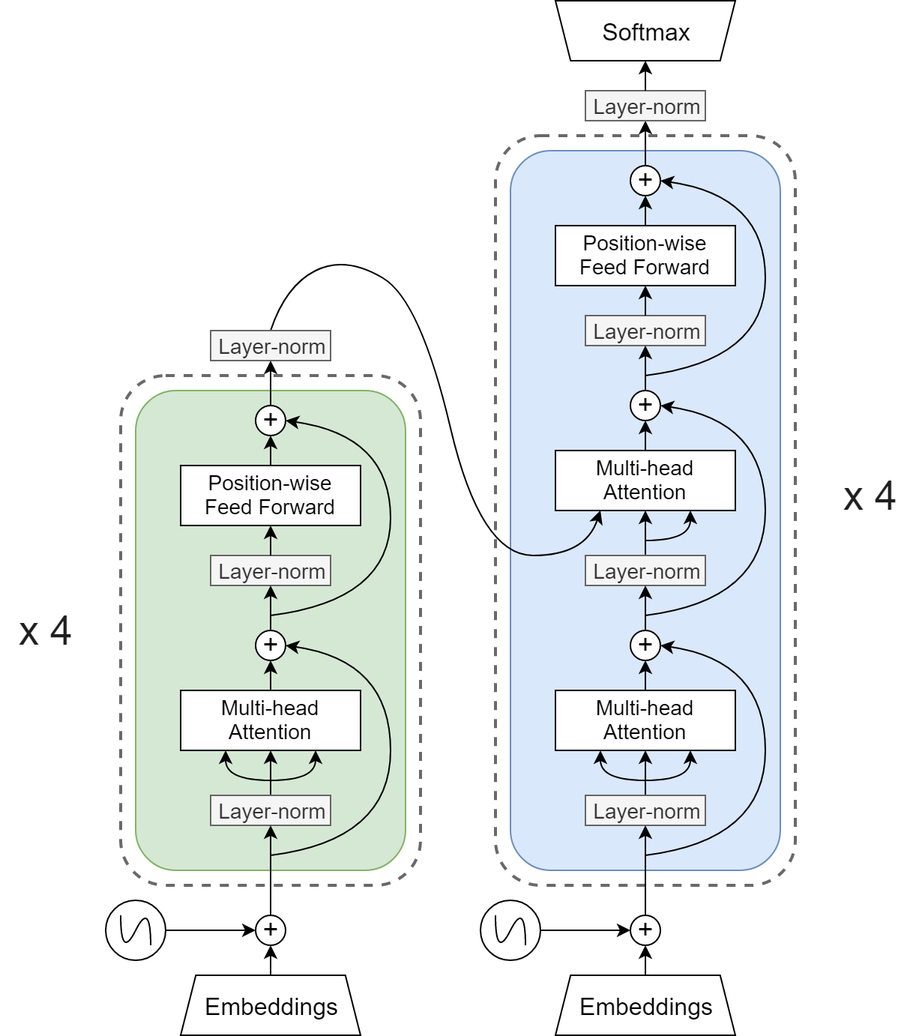
The draw.io diagram images/transformer.png in pmichel31415/jsalt-2019-mt-tutorial, before a commit. Source tidied: cells renumbered, new cells last; positions are measured from the earlier drawing's top-left corner, leaving out a move shared by most shapes.
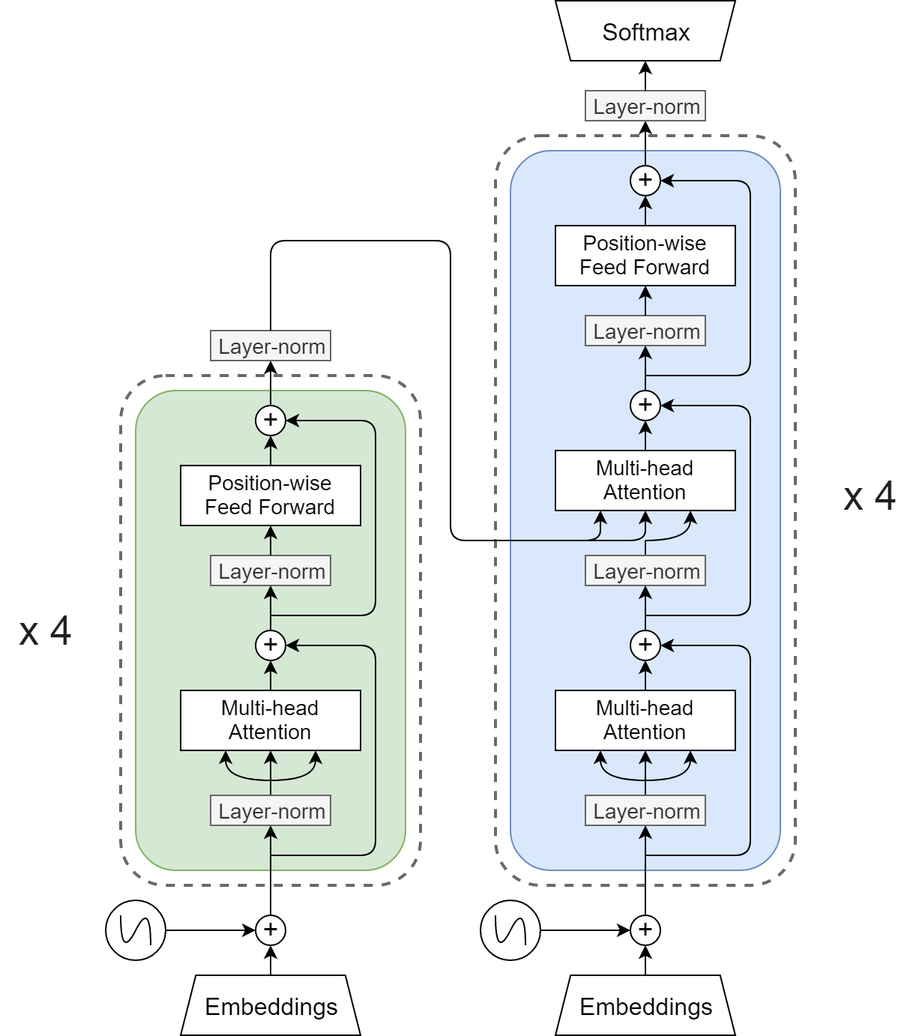
Later version of the same file.

The edit, as a diff of the source:
```diff
@@ -40,15 +40,6 @@
         </Array>
       </mxGeometry>
     </mxCell>
-    <mxCell id="13" style="curved=1;endArrow=classic;html=1;fontSize=14;entryX=1;entryY=0.5;entryDx=0;entryDy=0;" parent="1" edge="1" target="8">
-      <mxGeometry relative="1" as="geometry">
-        <mxPoint x="180" y="570" as="sourcePoint" />
-        <Array as="points">
-          <mxPoint x="260" y="560" />
-          <mxPoint x="260" y="440" />
-        </Array>
-      </mxGeometry>
-    </mxCell>
     <mxCell id="14" value="Position-wise Feed Forward" style="rounded=0;whiteSpace=wrap;html=1;fontSize=14;" parent="1" vertex="1">
       <mxGeometry x="120" y="310" width="120" height="40" as="geometry" />
     </mxCell>
@@ -58,15 +49,6 @@
     <mxCell id="16" style="endArrow=classic;html=1;fontSize=14;entryX=0.5;entryY=1;entryDx=0;entryDy=0;exitX=0.5;exitY=0;exitDx=0;exitDy=0;" parent="1" edge="1" source="7" target="14">
       <mxGeometry relative="1" as="geometry" />
     </mxCell>
-    <mxCell id="17" style="curved=1;endArrow=classic;html=1;fontSize=14;entryX=1;entryY=0.5;entryDx=0;entryDy=0;" parent="1" edge="1" target="15">
-      <mxGeometry relative="1" as="geometry">
-        <mxPoint x="180" y="410" as="sourcePoint" />
-        <Array as="points">
-          <mxPoint x="260" y="400" />
-          <mxPoint x="260" y="290" />
-        </Array>
-      </mxGeometry>
-    </mxCell>
     <mxCell id="18" style="endArrow=classic;html=1;fontSize=14;entryX=0.5;entryY=1;entryDx=0;entryDy=0;exitX=0.5;exitY=0;exitDx=0;exitDy=0;" parent="1" edge="1" source="14" target="15">
       <mxGeometry relative="1" as="geometry" />
     </mxCell>
@@ -91,8 +73,10 @@
     <mxCell id="25" style="endArrow=classic;html=1;fontSize=14;entryX=0.5;entryY=1;entryDx=0;entryDy=0;exitX=0.5;exitY=0;exitDx=0;exitDy=0;" parent="1" edge="1" source="23" target="22">
       <mxGeometry relative="1" as="geometry" />
     </mxCell>
-    <mxCell id="26" style="endArrow=classic;html=1;fontSize=14;entryX=0.5;entryY=1;entryDx=0;entryDy=0;exitX=0.5;exitY=0;exitDx=0;exitDy=0;" parent="1" edge="1" source="35" target="21">
-      <mxGeometry relative="1" as="geometry" />
+    <mxCell id="26" style="endArrow=none;html=1;fontSize=14;exitX=0.5;exitY=0;exitDx=0;exitDy=0;endFill=0;" parent="1" edge="1" source="35">
+      <mxGeometry relative="1" as="geometry">
+        <mxPoint x="430" y="360" as="targetPoint" />
+      </mxGeometry>
     </mxCell>
     <mxCell id="27" style="curved=1;endArrow=classic;html=1;fontSize=14;entryX=0.75;entryY=1;entryDx=0;entryDy=0;startArrow=none;startFill=0;" parent="1" edge="1" target="21">
       <mxGeometry relative="1" as="geometry">
@@ -102,15 +86,6 @@
         </Array>
       </mxGeometry>
     </mxCell>
-    <mxCell id="28" style="curved=1;endArrow=classic;html=1;fontSize=14;entryX=1;entryY=0.5;entryDx=0;entryDy=0;" parent="1" edge="1" target="23">
-      <mxGeometry relative="1" as="geometry">
-        <mxPoint x="430" y="410" as="sourcePoint" />
-        <Array as="points">
-          <mxPoint x="510" y="400" />
-          <mxPoint x="510" y="280" />
-        </Array>
-      </mxGeometry>
-    </mxCell>
     <mxCell id="29" value="Position-wise Feed Forward" style="rounded=0;whiteSpace=wrap;html=1;fontSize=14;" parent="1" vertex="1">
       <mxGeometry x="370" y="150" width="120" height="40" as="geometry" />
     </mxCell>
@@ -120,15 +95,6 @@
     <mxCell id="31" style="endArrow=classic;html=1;fontSize=14;entryX=0.5;entryY=1;entryDx=0;entryDy=0;exitX=0.5;exitY=0;exitDx=0;exitDy=0;" parent="1" edge="1" source="22" target="29">
       <mxGeometry relative="1" as="geometry" />
     </mxCell>
-    <mxCell id="32" style="curved=1;endArrow=classic;html=1;fontSize=14;entryX=1;entryY=0.5;entryDx=0;entryDy=0;" parent="1" edge="1" target="30">
-      <mxGeometry relative="1" as="geometry">
-        <mxPoint x="430" y="250" as="sourcePoint" />
-        <Array as="points">
-          <mxPoint x="510" y="240" />
-          <mxPoint x="510" y="130" />
-        </Array>
-      </mxGeometry>
-    </mxCell>
     <mxCell id="33" style="endArrow=classic;html=1;fontSize=14;entryX=0.5;entryY=1;entryDx=0;entryDy=0;exitX=0.5;exitY=0;exitDx=0;exitDy=0;" parent="1" edge="1" source="29" target="30">
       <mxGeometry relative="1" as="geometry" />
     </mxCell>
@@ -161,32 +127,12 @@
         </Array>
       </mxGeometry>
     </mxCell>
-    <mxCell id="42" style="curved=1;endArrow=classic;html=1;fontSize=14;entryX=1;entryY=0.5;entryDx=0;entryDy=0;" parent="1" edge="1" target="38">
-      <mxGeometry relative="1" as="geometry">
-        <mxPoint x="430" y="570" as="sourcePoint" />
-        <Array as="points">
-          <mxPoint x="510" y="560" />
-          <mxPoint x="510" y="440" />
-        </Array>
-      </mxGeometry>
-    </mxCell>
     <mxCell id="43" value="Layer-norm" style="rounded=0;whiteSpace=wrap;html=1;fontSize=14;fillColor=#f5f5f5;strokeColor=#666666;fontColor=#333333;" parent="1" vertex="1">
       <mxGeometry x="390" y="530" width="80" height="20" as="geometry" />
     </mxCell>
     <mxCell id="44" style="endArrow=classic;html=1;fontSize=14;entryX=0.5;entryY=1;entryDx=0;entryDy=0;exitX=0.5;exitY=0;exitDx=0;exitDy=0;" parent="1" edge="1" source="65" target="43">
       <mxGeometry relative="1" as="geometry" />
     </mxCell>
-    <mxCell id="45" style="curved=1;endArrow=classic;html=1;fontSize=14;entryX=0.25;entryY=1;entryDx=0;entryDy=0;exitX=0.5;exitY=0;exitDx=0;exitDy=0;" parent="1" edge="1" source="49" target="21">
-      <mxGeometry relative="1" as="geometry">
-        <Array as="points">
-          <mxPoint x="190" y="190" />
-          <mxPoint x="230" y="170" />
-          <mxPoint x="280" y="200" />
-          <mxPoint x="320" y="370" />
-          <mxPoint x="390" y="370" />
-        </Array>
-      </mxGeometry>
-    </mxCell>
     <mxCell id="46" style="endArrow=none;html=1;fontSize=14;entryX=0.5;entryY=0;entryDx=0;entryDy=0;exitX=0.5;exitY=0;exitDx=0;exitDy=0;" parent="1" edge="1" source="15" target="5">
       <mxGeometry relative="1" as="geometry" />
     </mxCell>
@@ -267,5 +213,68 @@
     <mxCell id="67" style="edgeStyle=orthogonalEdgeStyle;rounded=0;jettySize=auto;html=1;exitX=1;exitY=0.5;exitDx=0;exitDy=0;entryX=0;entryY=0.5;entryDx=0;entryDy=0;startArrow=none;startFill=0;endArrow=classic;endFill=1;fontSize=16;" parent="1" edge="1" source="63" target="65">
       <mxGeometry relative="1" as="geometry" />
     </mxCell>
+    <mxCell id="45" style="edgeStyle=segmentEdgeStyle;endArrow=classic;html=1;exitX=0.5;exitY=0;exitDx=0;exitDy=0;entryX=0.25;entryY=1;entryDx=0;entryDy=0;" parent="1" edge="1" source="49" target="21">
+      <mxGeometry relative="1" as="geometry">
+        <Array as="points">
+          <mxPoint x="180" y="160" />
+          <mxPoint x="300" y="160" />
+          <mxPoint x="300" y="360" />
+          <mxPoint x="400" y="360" />
+        </Array>
+      </mxGeometry>
+    </mxCell>
+    <mxCell id="68" style="edgeStyle=segmentEdgeStyle;endArrow=classic;html=1;entryX=0.5;entryY=1;entryDx=0;entryDy=0;" parent="1" edge="1" target="21">
+      <mxGeometry relative="1" as="geometry">
+        <mxPoint x="370" y="360" as="sourcePoint" />
+      </mxGeometry>
+    </mxCell>
+    <mxCell id="69" style="edgeStyle=segmentEdgeStyle;endArrow=classic;html=1;entryX=1;entryY=0.5;entryDx=0;entryDy=0;" parent="1" edge="1" target="8">
+      <mxGeometry relative="1" as="geometry">
+        <mxPoint x="180" y="570" as="sourcePoint" />
+        <Array as="points">
+          <mxPoint x="250" y="570" />
+          <mxPoint x="250" y="430" />
+        </Array>
+      </mxGeometry>
+    </mxCell>
+    <mxCell id="70" style="edgeStyle=segmentEdgeStyle;endArrow=classic;html=1;entryX=1;entryY=0.5;entryDx=0;entryDy=0;" parent="1" edge="1" target="15">
+      <mxGeometry relative="1" as="geometry">
+        <mxPoint x="180" y="410" as="sourcePoint" />
+        <Array as="points">
+          <mxPoint x="250" y="410" />
+          <mxPoint x="250" y="280" />
+        </Array>
+      </mxGeometry>
+    </mxCell>
+    <mxCell id="71" style="edgeStyle=segmentEdgeStyle;endArrow=classic;html=1;entryX=1;entryY=0.5;entryDx=0;entryDy=0;" parent="1" edge="1">
+      <mxGeometry relative="1" as="geometry">
+        <mxPoint x="430" y="570" as="sourcePoint" />
+        <mxPoint x="440" y="430" as="targetPoint" />
+        <Array as="points">
+          <mxPoint x="500" y="570" />
+          <mxPoint x="500" y="430" />
+        </Array>
+      </mxGeometry>
+    </mxCell>
+    <mxCell id="72" style="edgeStyle=segmentEdgeStyle;endArrow=classic;html=1;entryX=1;entryY=0.5;entryDx=0;entryDy=0;" parent="1" edge="1">
+      <mxGeometry relative="1" as="geometry">
+        <mxPoint x="430" y="410" as="sourcePoint" />
+        <mxPoint x="440" y="270" as="targetPoint" />
+        <Array as="points">
+          <mxPoint x="500" y="410" />
+          <mxPoint x="500" y="270" />
+        </Array>
+      </mxGeometry>
+    </mxCell>
+    <mxCell id="73" style="edgeStyle=segmentEdgeStyle;endArrow=classic;html=1;entryX=1;entryY=0.5;entryDx=0;entryDy=0;" parent="1" edge="1">
+      <mxGeometry relative="1" as="geometry">
+        <mxPoint x="430" y="250" as="sourcePoint" />
+        <mxPoint x="440" y="120" as="targetPoint" />
+        <Array as="points">
+          <mxPoint x="500" y="250" />
+          <mxPoint x="500" y="120" />
+        </Array>
+      </mxGeometry>
+    </mxCell>
   </root>
 </mxGraphModel>
```
